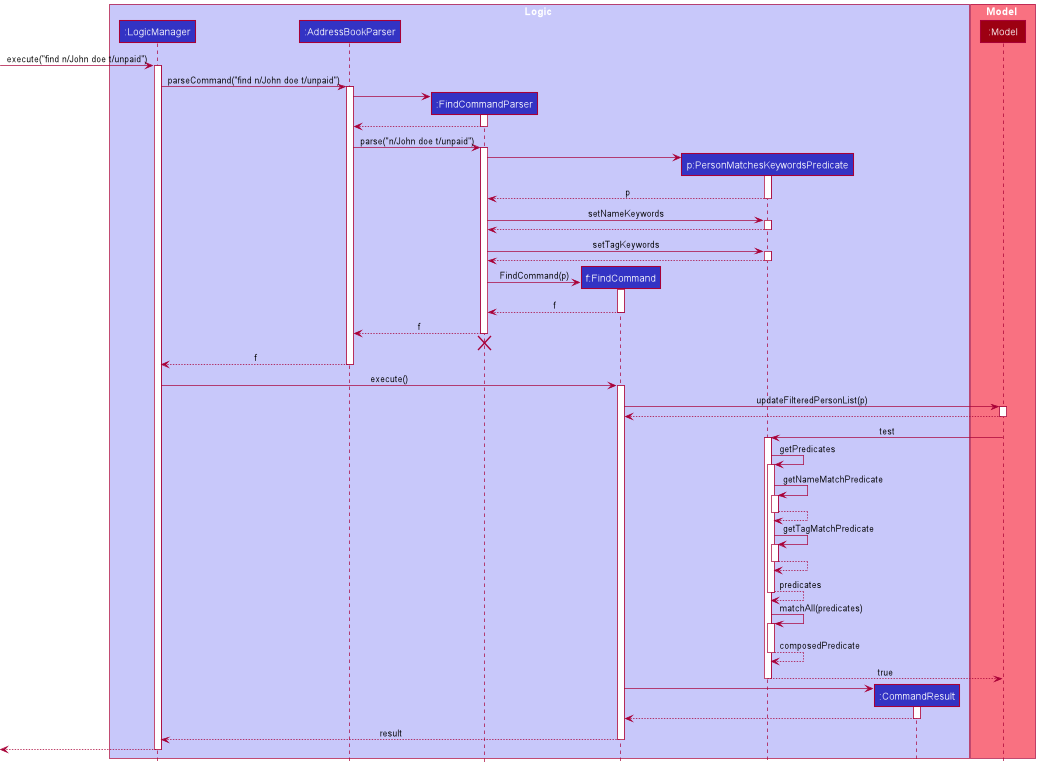
This is docs/images/FindSequenceDiagram.png from nus-cs2103-AY2122S1/tp, a PlantUML export, as it was before one commit.
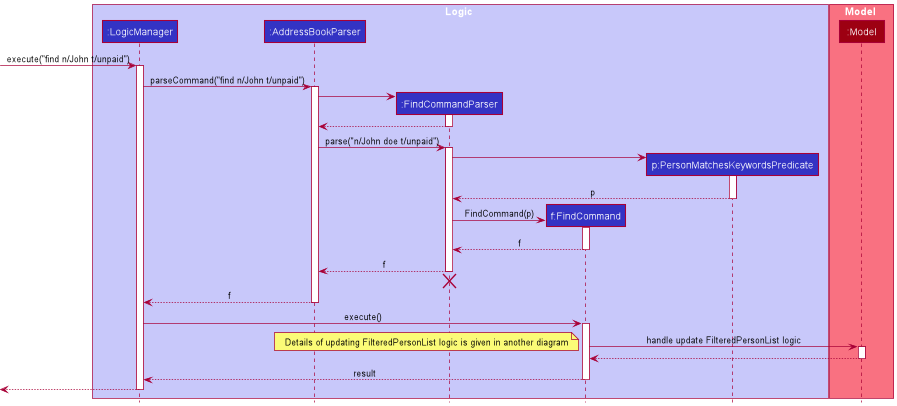
The same file after the commit.

Commit message:
update find command diagrams

The edit, as a diff of the source:
```diff
@@ -7,17 +7,16 @@
 participant ":FindCommandParser" as FindCommandParser LOGIC_COLOR
 participant "f:FindCommand" as FindCommand LOGIC_COLOR
 participant "p:PersonMatchesKeywordsPredicate" as PersonMatchesKeywordsPredicate LOGIC_COLOR
-participant ":CommandResult" as CommandResult LOGIC_COLOR
 end box
 
 box Model MODEL_COLOR_T1
 participant ":Model" as Model MODEL_COLOR
 end box
 
-[-> LogicManager : execute("find n/John doe t/unpaid")
+[-> LogicManager : execute("find n/John t/unpaid")
 activate LogicManager
 
-LogicManager -> AddressBookParser : parseCommand("find n/John doe t/unpaid")
+LogicManager -> AddressBookParser : parseCommand("find n/John t/unpaid")
 activate AddressBookParser
 
 create FindCommandParser
@@ -31,23 +30,11 @@
 activate FindCommandParser
 
 create PersonMatchesKeywordsPredicate
+
 FindCommandParser -> PersonMatchesKeywordsPredicate
 activate PersonMatchesKeywordsPredicate
 
-
 PersonMatchesKeywordsPredicate --> FindCommandParser : p
-deactivate PersonMatchesKeywordsPredicate
-
-FindCommandParser -> PersonMatchesKeywordsPredicate : setNameKeywords
-activate PersonMatchesKeywordsPredicate
-
-PersonMatchesKeywordsPredicate --> FindCommandParser
-deactivate PersonMatchesKeywordsPredicate
-
-FindCommandParser -> PersonMatchesKeywordsPredicate : setTagKeywords
-activate PersonMatchesKeywordsPredicate
-
-PersonMatchesKeywordsPredicate --> FindCommandParser
 deactivate PersonMatchesKeywordsPredicate
 
 create FindCommand
@@ -68,49 +55,15 @@
 LogicManager -> FindCommand : execute()
 activate FindCommand
 
-FindCommand -> Model : updateFilteredPersonList(p)
+FindCommand -> Model : handle update FilteredPersonList logic
 activate Model
+
+note bottom
+Details of updating FilteredPersonList logic is given in another diagram
+end note
 
 Model --> FindCommand
 deactivate Model
-
-Model -> PersonMatchesKeywordsPredicate : test
-activate PersonMatchesKeywordsPredicate
-
-PersonMatchesKeywordsPredicate -> PersonMatchesKeywordsPredicate : getPredicates
-activate PersonMatchesKeywordsPredicate
-
-PersonMatchesKeywordsPredicate -> PersonMatchesKeywordsPredicate : getNameMatchPredicate
-activate PersonMatchesKeywordsPredicate
-
-PersonMatchesKeywordsPredicate --> PersonMatchesKeywordsPredicate
-deactivate PersonMatchesKeywordsPredicate
-
-PersonMatchesKeywordsPredicate -> PersonMatchesKeywordsPredicate : getTagMatchPredicate
-activate PersonMatchesKeywordsPredicate
-
-PersonMatchesKeywordsPredicate --> PersonMatchesKeywordsPredicate
-deactivate PersonMatchesKeywordsPredicate
-
-PersonMatchesKeywordsPredicate --> PersonMatchesKeywordsPredicate : predicates
-deactivate PersonMatchesKeywordsPredicate
-
-PersonMatchesKeywordsPredicate -> PersonMatchesKeywordsPredicate : matchAll(predicates)
-activate PersonMatchesKeywordsPredicate
-
-PersonMatchesKeywordsPredicate --> PersonMatchesKeywordsPredicate : composedPredicate
-deactivate PersonMatchesKeywordsPredicate
-
-PersonMatchesKeywordsPredicate --> Model : true
-deactivate PersonMatchesKeywordsPredicate
-
-
-create CommandResult
-FindCommand -> CommandResult
-activate CommandResult
-
-CommandResult --> FindCommand
-deactivate CommandResult
 
 FindCommand --> LogicManager : result
 deactivate FindCommand
```
